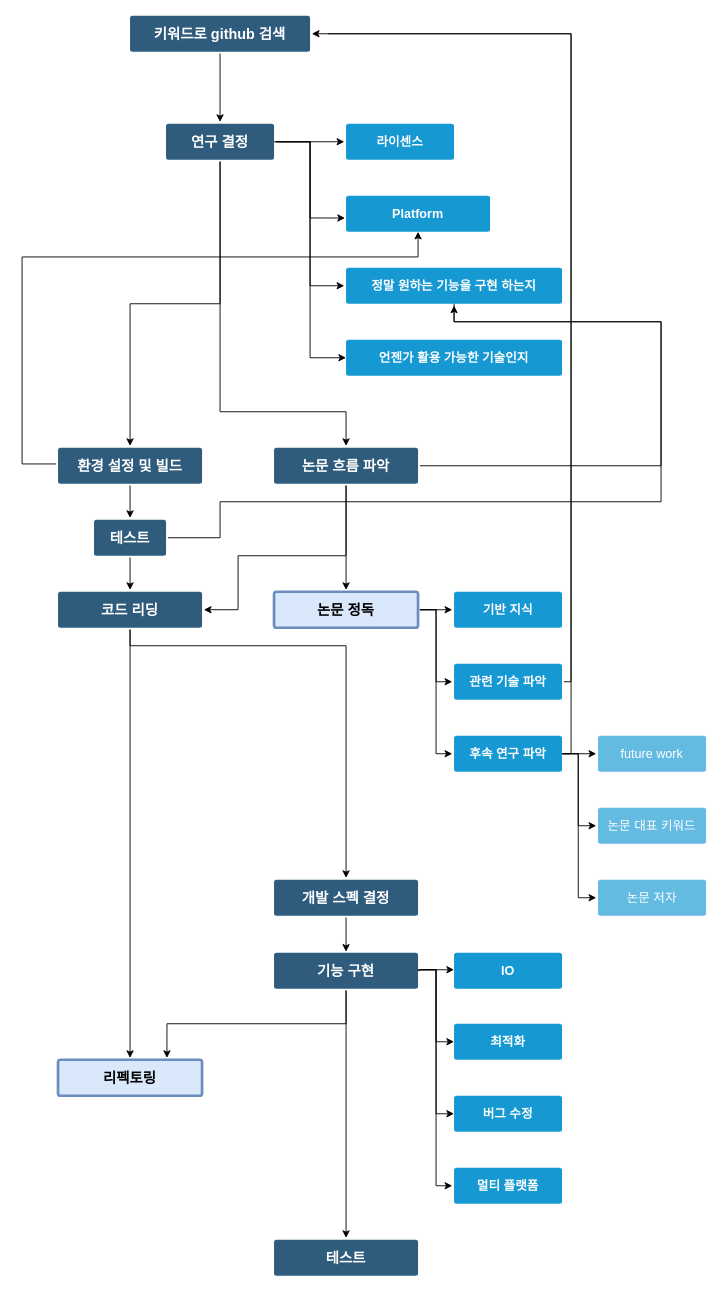
Earlier version of the draw.io diagram Research.drawio (jjunbass89/Paper). Source tidied: cells renumbered, new cells numbered last; positions are measured from the earlier drawing's top-left corner, leaving out a move shared by most shapes. Both pictures are drawn from the tidied source at 90%, with x=0, y=0 at pixel (22, 15).
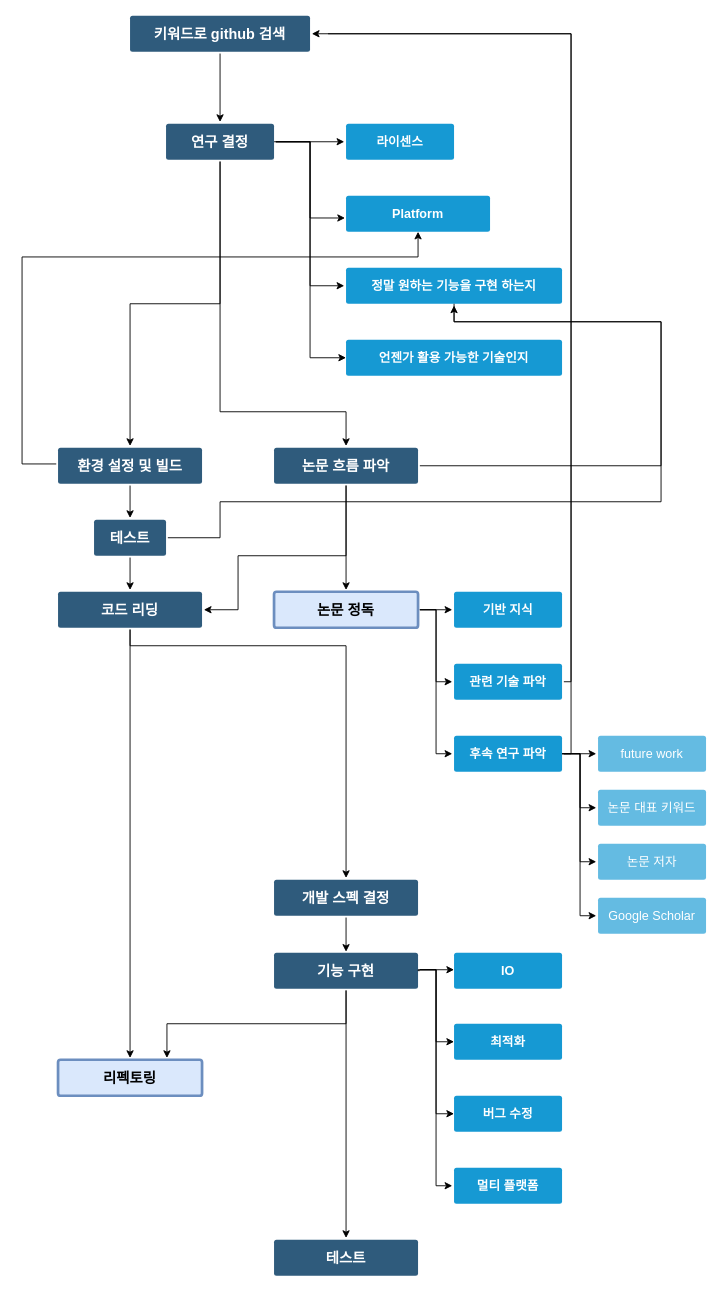
The same page after the edit.

Commit message:
Add google scholar.

Unchanged cells that the change refers to:
```xml
<mxCell id="17" value="후속 연구 파악" style="rounded=1;whiteSpace=wrap;html=1;shadow=0;labelBackgroundColor=none;strokeColor=none;strokeWidth=3;fillColor=#1699d3;fontFamily=Helvetica;fontSize=14;fontColor=#FFFFFF;align=center;spacing=5;fontStyle=1;arcSize=7;perimeterSpacing=2;" parent="1" vertex="1">
  <mxGeometry x="480" y="800" width="120" height="40" as="geometry" />
</mxCell>
```

The edit, as a diff of the source:
```diff
@@
+    <mxCell id="58" style="edgeStyle=orthogonalEdgeStyle;rounded=0;jettySize=auto;html=1;entryX=0;entryY=0.5;entryDx=0;entryDy=0;" parent="1" edge="1" source="17" target="59">
+      <mxGeometry relative="1" as="geometry">
+        <Array as="points">
+          <mxPoint x="620" y="820" />
+          <mxPoint x="620" y="1000" />
+        </Array>
+      </mxGeometry>
+    </mxCell>
@@
     <mxCell id="18" value="논문 대표 키워드" style="rounded=1;whiteSpace=wrap;html=1;shadow=0;labelBackgroundColor=none;strokeColor=none;strokeWidth=3;fillColor=#64bbe2;fontFamily=Helvetica;fontSize=14;fontColor=#FFFFFF;align=center;spacing=5;arcSize=7;perimeterSpacing=2;" parent="1" vertex="1">
-      <mxGeometry x="640" y="880" width="120" height="40" as="geometry" />
+      <mxGeometry x="640" y="860" width="120" height="40" as="geometry" />
     </mxCell>
     <mxCell id="19" value="논문 저자" style="rounded=1;whiteSpace=wrap;html=1;shadow=0;labelBackgroundColor=none;strokeColor=none;strokeWidth=3;fillColor=#64bbe2;fontFamily=Helvetica;fontSize=14;fontColor=#FFFFFF;align=center;spacing=5;arcSize=7;perimeterSpacing=2;" parent="1" vertex="1">
-      <mxGeometry x="640" y="960" width="120" height="40" as="geometry" />
+      <mxGeometry x="640" y="920" width="120" height="40" as="geometry" />
     </mxCell>
@@
     <mxCell id="51" style="edgeStyle=orthogonalEdgeStyle;rounded=0;jettySize=auto;html=1;exitX=1;exitY=0.5;exitDx=0;exitDy=0;entryX=0;entryY=0.5;entryDx=0;entryDy=0;" parent="1" edge="1" target="18">
       <mxGeometry relative="1" as="geometry">
         <mxPoint x="600" y="820" as="sourcePoint" />
         <Array as="points">
-          <mxPoint x="618" y="820" />
-          <mxPoint x="618" y="900" />
+          <mxPoint x="620" y="820" />
+          <mxPoint x="620" y="880" />
         </Array>
       </mxGeometry>
     </mxCell>
     <mxCell id="52" style="edgeStyle=orthogonalEdgeStyle;rounded=0;jettySize=auto;html=1;exitX=1;exitY=0.5;exitDx=0;exitDy=0;entryX=0;entryY=0.5;entryDx=0;entryDy=0;" parent="1" edge="1" target="19">
       <mxGeometry relative="1" as="geometry">
         <mxPoint x="600" y="820" as="sourcePoint" />
         <Array as="points">
-          <mxPoint x="618" y="820" />
-          <mxPoint x="618" y="980" />
+          <mxPoint x="620" y="820" />
+          <mxPoint x="620" y="940" />
         </Array>
       </mxGeometry>
     </mxCell>
@@
+    <mxCell id="59" value="Google Scholar" style="rounded=1;whiteSpace=wrap;html=1;shadow=0;labelBackgroundColor=none;strokeColor=none;strokeWidth=3;fillColor=#64bbe2;fontFamily=Helvetica;fontSize=14;fontColor=#FFFFFF;align=center;spacing=5;arcSize=7;perimeterSpacing=2;" parent="1" vertex="1">
+      <mxGeometry x="640" y="980" width="120" height="40" as="geometry" />
+    </mxCell>
```
